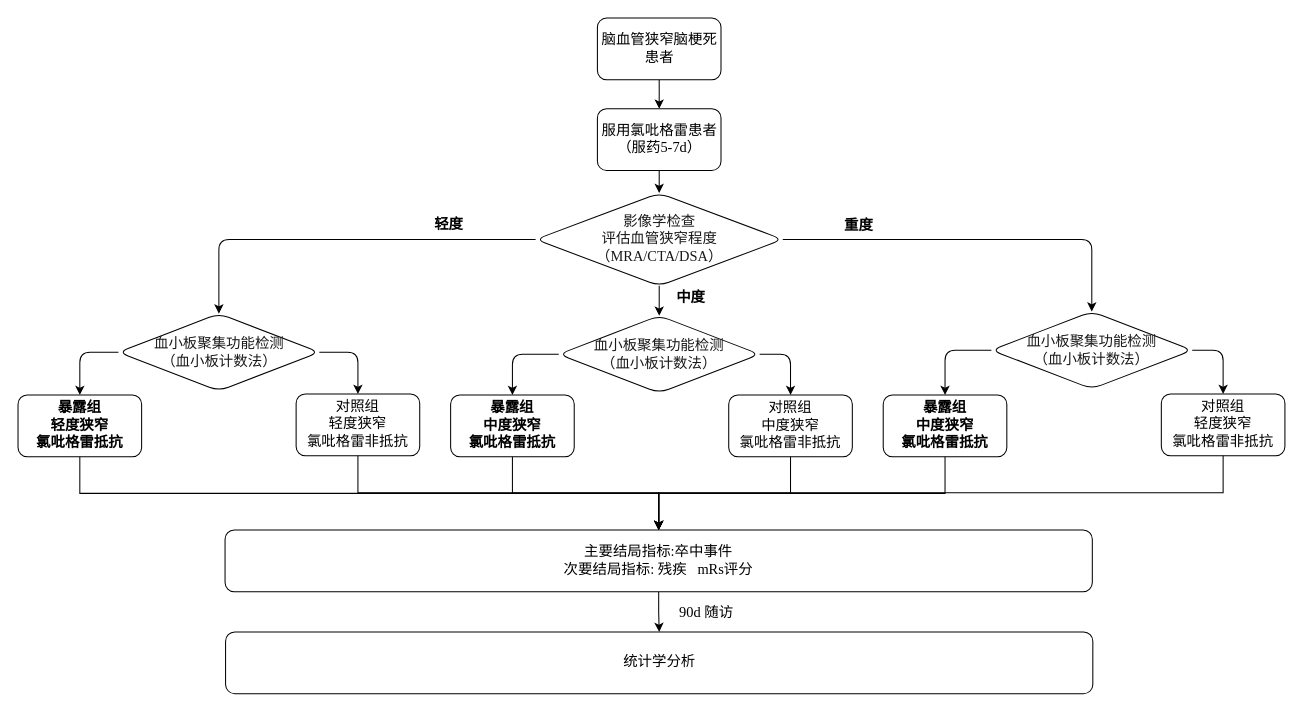
Above: Untitled Diagram.drawio in caihuayu0322/drawio-github (draw.io), before the change. Source tidied: cells renumbered, new cells numbered last; positions are measured from the earlier drawing's top-left corner, leaving out a move shared by most shapes. Both pictures are drawn from the tidied source at 103%, with x=0, y=0 at pixel (18, 18).
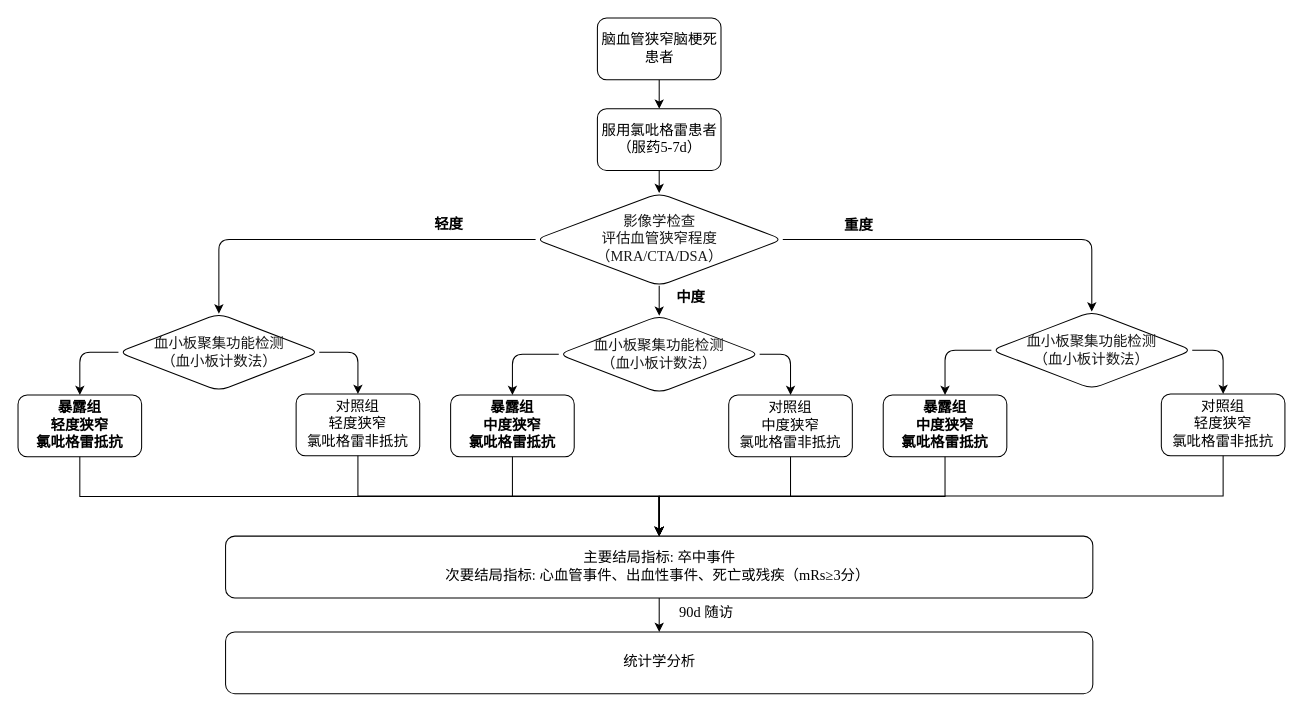
The same diagram, later.

What changed in the source:
```diff
@@
-    <mxCell id="7" value="&lt;div style=&quot;font-size: 14px;&quot;&gt;主要结局指标:卒中事件&lt;/div&gt;&lt;div style=&quot;font-size: 14px;&quot;&gt;次要结局指标: 残疾&amp;nbsp; &amp;nbsp;mRs评分&lt;/div&gt;" style="rounded=1;whiteSpace=wrap;html=1;fontFamily=Times New Roman;fontSize=14;" parent="1" vertex="1">
-      <mxGeometry x="201" y="497" width="842" height="60" as="geometry" />
+    <mxCell id="7" value="&lt;div style=&quot;&quot;&gt;&lt;font style=&quot;font-size: 14px;&quot;&gt;主要结局指标: 卒中事件&lt;/font&gt;&lt;/div&gt;&lt;div style=&quot;&quot;&gt;&lt;font style=&quot;font-size: 14px;&quot;&gt;次要结局指标: 心血管事件、出血性事件、死亡或&lt;span style=&quot;background-color: initial;&quot;&gt;残疾（&lt;/span&gt;&lt;span style=&quot;background-color: initial;&quot;&gt;mRs≥3分&lt;/span&gt;&lt;span style=&quot;background-color: initial;&quot;&gt;）&amp;nbsp;&lt;/span&gt;&lt;/font&gt;&lt;/div&gt;" style="rounded=1;whiteSpace=wrap;html=1;fontFamily=Times New Roman;fontSize=14;" parent="1" vertex="1">
+      <mxGeometry x="201.5" y="503" width="842" height="60" as="geometry" />
     </mxCell>
```
